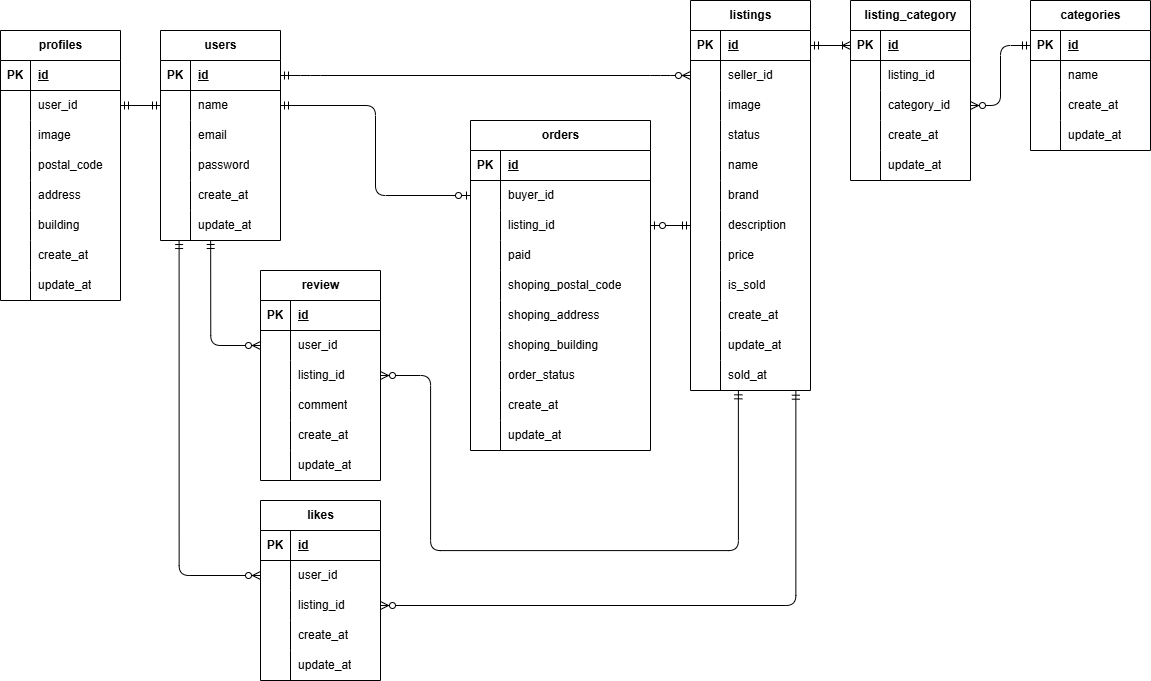
masaroro/freemarket keeps this draw.io diagram as src/index.drawio.png. Above is the earlier version. Source tidied: cells renumbered, new cells last; positions are measured from the earlier drawing's top-left corner, leaving out a move shared by most shapes.
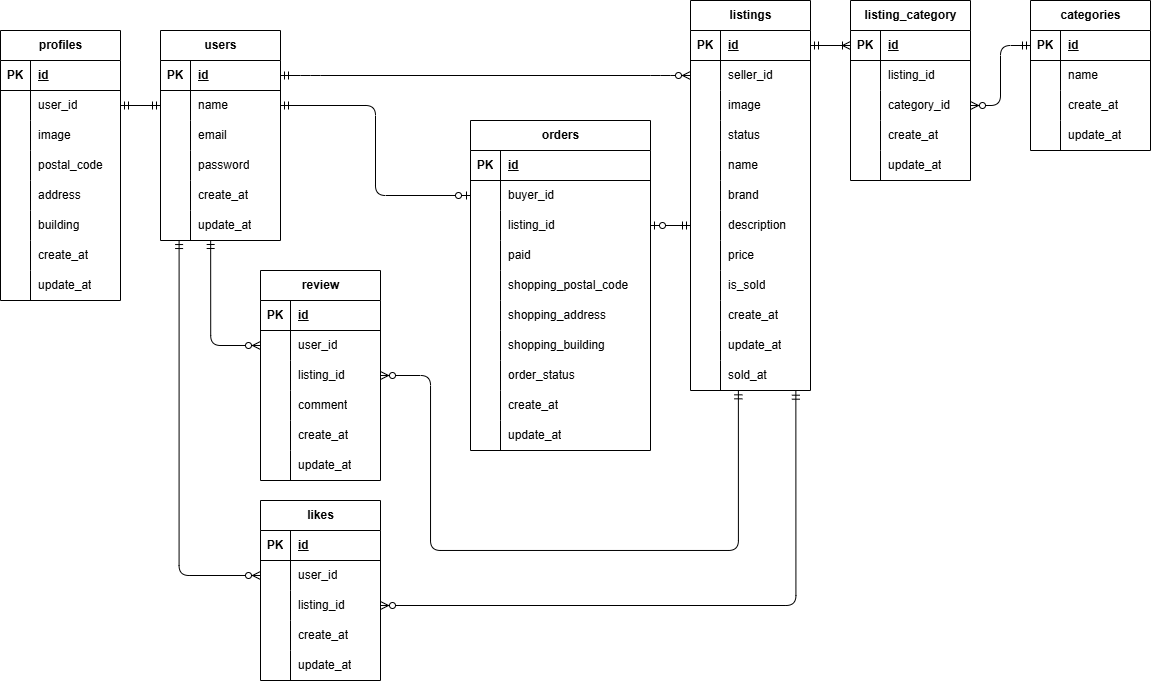
Later version of the same file.

Change to the diagram source:
```diff
@@ -377,7 +377,7 @@
     <mxCell id="126" style="shape=partialRectangle;fillColor=none;top=0;left=0;bottom=0;right=0;overflow=hidden;whiteSpace=wrap;html=1;" parent="125" vertex="1">
       <mxGeometry width="30" height="30" as="geometry" />
     </mxCell>
-    <mxCell id="127" value="shoping_postal_code" style="shape=partialRectangle;fillColor=none;top=0;left=0;bottom=0;right=0;align=left;spacingLeft=6;overflow=hidden;whiteSpace=wrap;html=1;" parent="125" vertex="1">
+    <mxCell id="127" value="shopping_postal_code" style="shape=partialRectangle;fillColor=none;top=0;left=0;bottom=0;right=0;align=left;spacingLeft=6;overflow=hidden;whiteSpace=wrap;html=1;" parent="125" vertex="1">
       <mxGeometry x="30" width="150" height="30" as="geometry" />
     </mxCell>
     <mxCell id="128" style="shape=tableRow;horizontal=0;startSize=0;swimlaneHead=0;swimlaneBody=0;fillColor=none;top=0;left=0;right=0;bottom=0;" parent="112" vertex="1">
@@ -386,7 +386,7 @@
     <mxCell id="129" style="shape=partialRectangle;fillColor=none;top=0;left=0;bottom=0;right=0;overflow=hidden;whiteSpace=wrap;html=1;" parent="128" vertex="1">
       <mxGeometry width="30" height="30" as="geometry" />
     </mxCell>
-    <mxCell id="130" value="shoping_address" style="shape=partialRectangle;fillColor=none;top=0;left=0;bottom=0;right=0;align=left;spacingLeft=6;overflow=hidden;whiteSpace=wrap;html=1;" parent="128" vertex="1">
+    <mxCell id="130" value="shopping_address" style="shape=partialRectangle;fillColor=none;top=0;left=0;bottom=0;right=0;align=left;spacingLeft=6;overflow=hidden;whiteSpace=wrap;html=1;" parent="128" vertex="1">
       <mxGeometry x="30" width="150" height="30" as="geometry" />
     </mxCell>
     <mxCell id="131" style="shape=tableRow;horizontal=0;startSize=0;swimlaneHead=0;swimlaneBody=0;fillColor=none;top=0;left=0;right=0;bottom=0;" parent="112" vertex="1">
@@ -395,7 +395,7 @@
     <mxCell id="132" style="shape=partialRectangle;fillColor=none;top=0;left=0;bottom=0;right=0;overflow=hidden;whiteSpace=wrap;html=1;" parent="131" vertex="1">
       <mxGeometry width="30" height="30" as="geometry" />
     </mxCell>
-    <mxCell id="133" value="shoping_building" style="shape=partialRectangle;fillColor=none;top=0;left=0;bottom=0;right=0;align=left;spacingLeft=6;overflow=hidden;whiteSpace=wrap;html=1;" parent="131" vertex="1">
+    <mxCell id="133" value="shopping_building" style="shape=partialRectangle;fillColor=none;top=0;left=0;bottom=0;right=0;align=left;spacingLeft=6;overflow=hidden;whiteSpace=wrap;html=1;" parent="131" vertex="1">
       <mxGeometry x="30" width="150" height="30" as="geometry" />
     </mxCell>
     <mxCell id="134" style="shape=tableRow;horizontal=0;startSize=0;swimlaneHead=0;swimlaneBody=0;fillColor=none;top=0;left=0;right=0;bottom=0;" parent="112" vertex="1">
```
